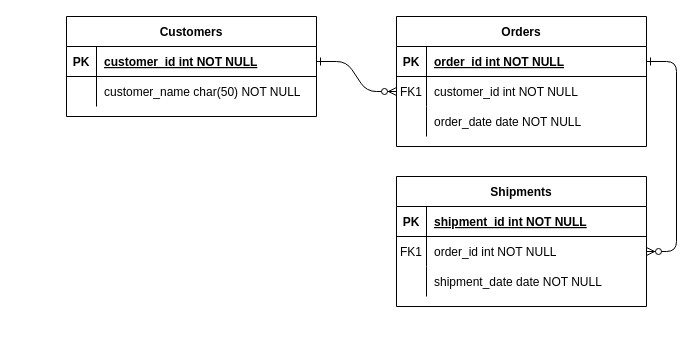
Above: Untitled Diagram.drawio in snakeka/UniversitySystemDiagram (draw.io), before the change. Source tidied: cells renumbered, new cells numbered last; positions are measured from the earlier drawing's top-left corner, leaving out a move shared by most shapes. Both pictures are drawn from the tidied source at 100%, with x=0, y=0 at pixel (66, 16).
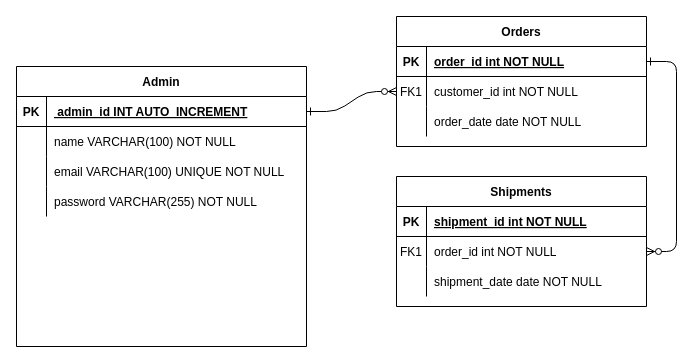
The same page after the edit.

What changed in the source:
```diff
@@
-    <mxCell id="24" value="Customers" style="shape=table;startSize=30;childLayout=tableLayout;rowLines=0;fontStyle=1;align=center;" parent="1" vertex="1">
-      <mxGeometry width="250" height="100" as="geometry" />
+    <mxCell id="24" value="Admin" style="shape=table;startSize=30;childLayout=tableLayout;rowLines=0;fontStyle=1;align=center;" parent="1" vertex="1">
+      <mxGeometry x="-50" y="50" width="290" height="280" as="geometry" />
     </mxCell>
     <mxCell id="25" style="shape=partialRectangle;fillColor=none;points=[[0,0.5],[1,0.5]];portConstraint=eastwest;top=0;left=0;right=0;bottom=1;" parent="24" vertex="1">
-      <mxGeometry y="30" width="250" height="30" as="geometry" />
+      <mxGeometry y="30" width="290" height="30" as="geometry" />
     </mxCell>
@@
-    <mxCell id="27" value="customer_id int NOT NULL " style="shape=partialRectangle;overflow=hidden;fillColor=none;top=0;left=0;bottom=0;right=0;align=left;spacingLeft=6;fontStyle=5;" parent="25" vertex="1">
-      <mxGeometry x="30" width="220" height="30" as="geometry" />
+    <mxCell id="27" value=" admin_id INT AUTO_INCREMENT" style="shape=partialRectangle;overflow=hidden;fillColor=none;top=0;left=0;bottom=0;right=0;align=left;spacingLeft=6;fontStyle=5;" parent="25" vertex="1">
+      <mxGeometry x="30" width="260" height="30" as="geometry" />
     </mxCell>
     <mxCell id="28" style="shape=partialRectangle;fillColor=none;top=0;left=0;right=0;bottom=0;" parent="24" vertex="1">
-      <mxGeometry y="60" width="250" height="30" as="geometry" />
+      <mxGeometry y="60" width="290" height="30" as="geometry" />
     </mxCell>
@@
-    <mxCell id="30" value="customer_name char(50) NOT NULL" style="shape=partialRectangle;overflow=hidden;fillColor=none;top=0;left=0;bottom=0;right=0;align=left;spacingLeft=6;" parent="28" vertex="1">
-      <mxGeometry x="30" width="220" height="30" as="geometry" />
+    <mxCell id="30" value="name VARCHAR(100) NOT NULL" style="shape=partialRectangle;overflow=hidden;fillColor=none;top=0;left=0;bottom=0;right=0;align=left;spacingLeft=6;" parent="28" vertex="1">
+      <mxGeometry x="30" width="260" height="30" as="geometry" />
     </mxCell>
+    <mxCell id="31" style="shape=partialRectangle;fillColor=none;top=0;left=0;right=0;bottom=0;" parent="24" vertex="1">
+      <mxGeometry y="90" width="290" height="30" as="geometry" />
+    </mxCell>
+    <mxCell id="32" style="shape=partialRectangle;overflow=hidden;fillColor=none;top=0;left=0;bottom=0;right=0;" parent="31" vertex="1">
+      <mxGeometry width="30" height="30" as="geometry" />
+    </mxCell>
+    <mxCell id="33" value="email VARCHAR(100) UNIQUE NOT NULL" style="shape=partialRectangle;overflow=hidden;fillColor=none;top=0;left=0;bottom=0;right=0;align=left;spacingLeft=6;" parent="31" vertex="1">
+      <mxGeometry x="30" width="260" height="30" as="geometry" />
+    </mxCell>
+    <mxCell id="34" style="shape=partialRectangle;fillColor=none;top=0;left=0;right=0;bottom=0;" parent="24" vertex="1">
+      <mxGeometry y="120" width="290" height="30" as="geometry" />
+    </mxCell>
+    <mxCell id="35" style="shape=partialRectangle;overflow=hidden;fillColor=none;top=0;left=0;bottom=0;right=0;" parent="34" vertex="1">
+      <mxGeometry width="30" height="30" as="geometry" />
+    </mxCell>
+    <mxCell id="36" value="password VARCHAR(255) NOT NULL" style="shape=partialRectangle;overflow=hidden;fillColor=none;top=0;left=0;bottom=0;right=0;align=left;spacingLeft=6;" parent="34" vertex="1">
+      <mxGeometry x="30" width="260" height="30" as="geometry" />
+    </mxCell>
```
